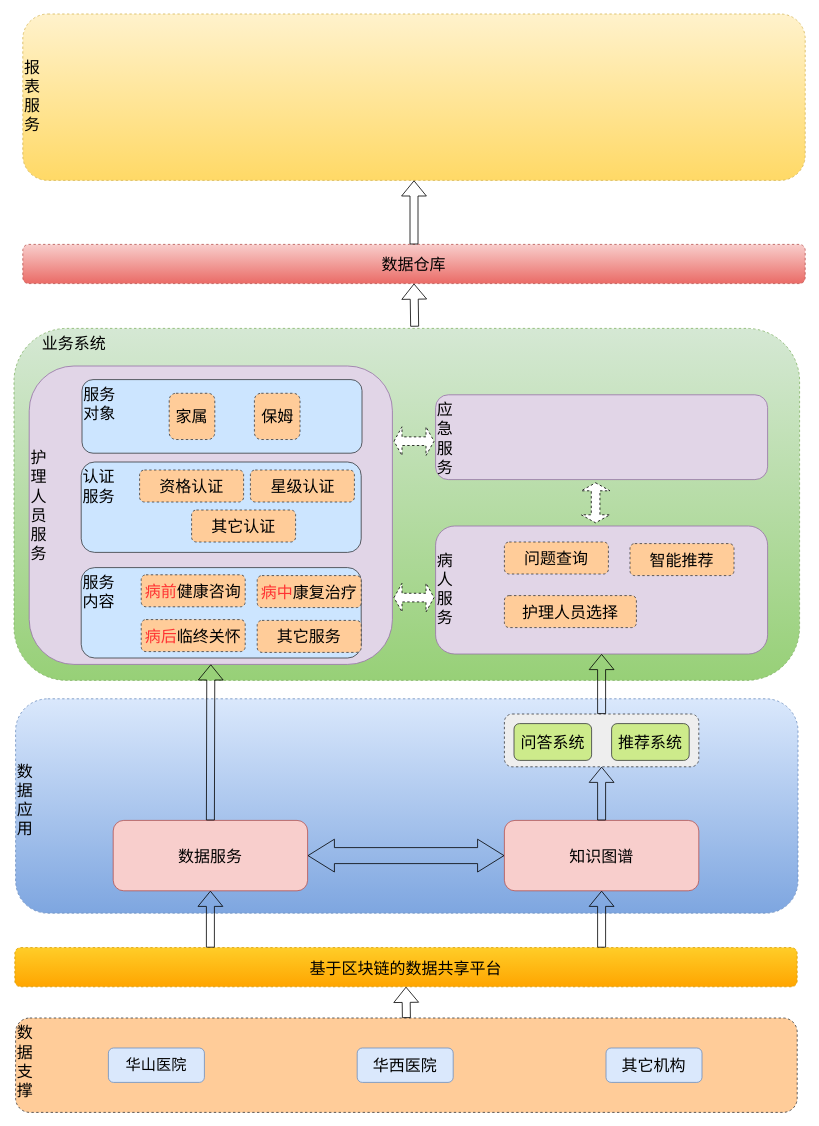
wilesanGH/chaincode_demo keeps this draw.io diagram as 未命名表单.drawio. Above is the earlier version. Source tidied: cells renumbered, new cells numbered last; positions are measured from the earlier drawing's top-left corner, leaving out a move shared by most shapes. Both pictures are drawn from the tidied source at 80%, with x=0, y=0 at pixel (14, 14).
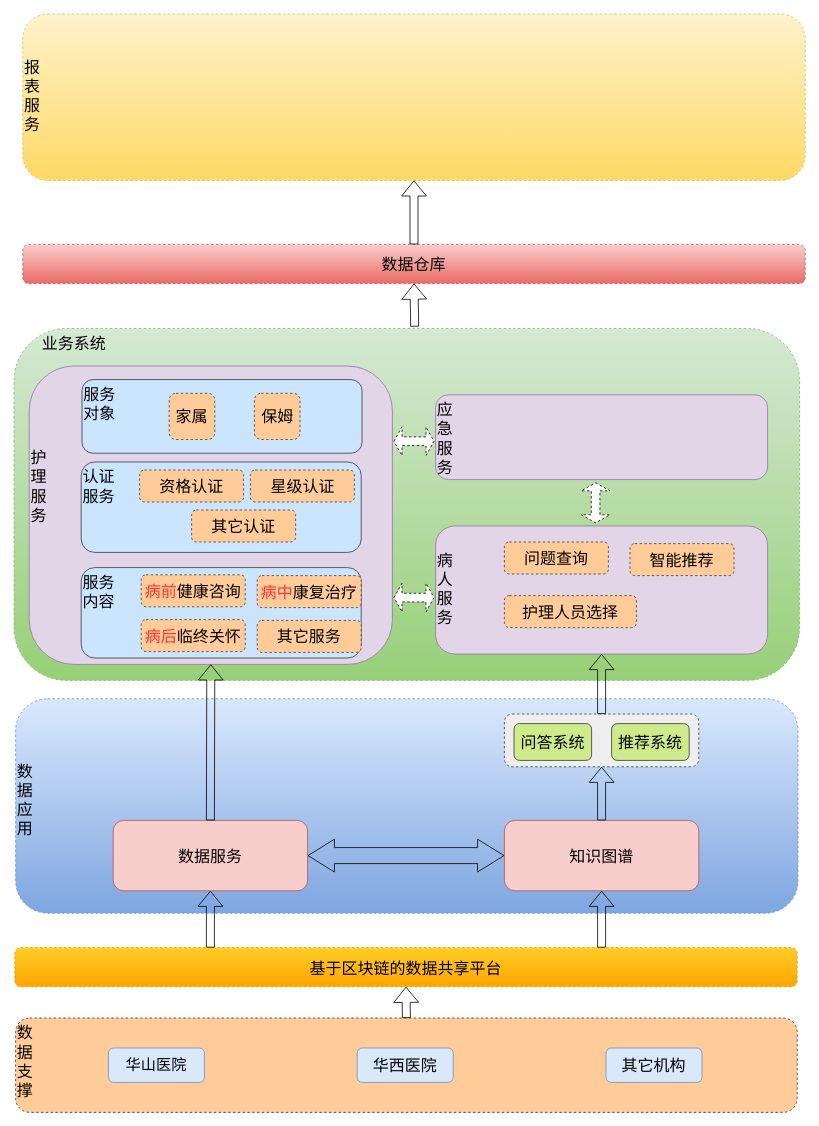
Above is the later version.

Commit message:
更新未命名表单.drawio

What changed in the source:
```diff
@@
-    <mxCell id="16" value="&lt;div&gt;&lt;br&gt;&lt;/div&gt;&lt;div&gt;&lt;br&gt;&lt;/div&gt;&lt;div&gt;&lt;br&gt;&lt;/div&gt;&lt;div&gt;&lt;br&gt;&lt;/div&gt;&lt;div&gt;护&lt;/div&gt;&lt;div&gt;理&lt;/div&gt;&lt;div&gt;人&lt;/div&gt;&lt;div&gt;员&lt;/div&gt;&lt;div&gt;服&lt;/div&gt;&lt;div&gt;务&lt;/div&gt;" style="rounded=1;whiteSpace=wrap;html=1;labelBackgroundColor=none;fillColor=#e1d5e7;strokeColor=#9673a6;fontSize=20;verticalAlign=top;align=left;" parent="1" vertex="1">
+    <mxCell id="16" value="&lt;div&gt;&lt;br&gt;&lt;/div&gt;&lt;div&gt;&lt;br&gt;&lt;/div&gt;&lt;div&gt;&lt;br&gt;&lt;/div&gt;&lt;div&gt;&lt;br&gt;&lt;/div&gt;&lt;div&gt;护&lt;/div&gt;&lt;div&gt;理&lt;/div&gt;&lt;div&gt;服&lt;/div&gt;&lt;div&gt;务&lt;/div&gt;" style="rounded=1;whiteSpace=wrap;html=1;labelBackgroundColor=none;fillColor=#e1d5e7;strokeColor=#9673a6;fontSize=20;verticalAlign=top;align=left;" parent="1" vertex="1">
       <mxGeometry x="19" y="440" width="454" height="373" as="geometry" />
     </mxCell>
```
